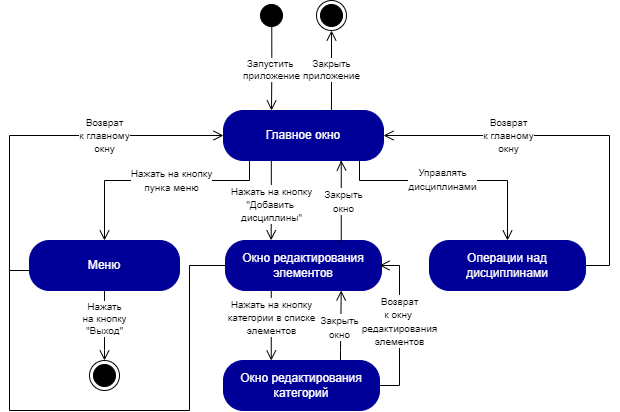
Earlier version of the draw.io export State_machine_packages.drawio.png (iCosmos76/Curriculum-Designer). Source tidied: cells renumbered, new cells last; positions are measured from the earlier drawing's top-left corner, leaving out a move shared by most shapes.
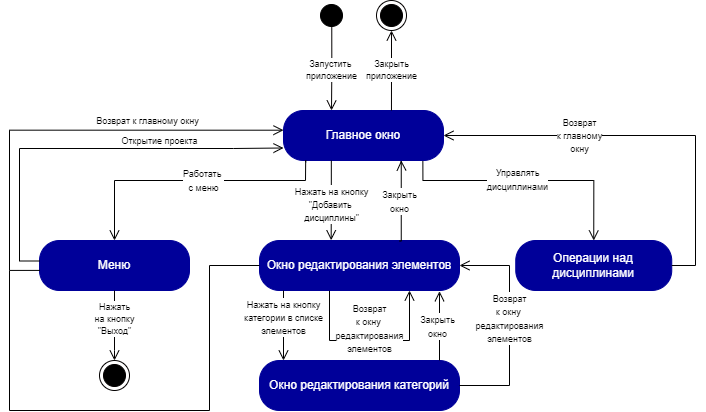
Later version of the same file.

Diff of the diagram source:
```diff
@@ -5,42 +5,41 @@
     <mxCell id="2" value="Главное окно" style="rounded=1;whiteSpace=wrap;html=1;arcSize=40;fontColor=#FFFFFF;fillColor=#000099;strokeColor=#000099;" parent="1" vertex="1">
       <mxGeometry x="214" y="110" width="160" height="50" as="geometry" />
     </mxCell>
-    <mxCell id="3" style="edgeStyle=orthogonalEdgeStyle;html=1;verticalAlign=bottom;endArrow=open;endSize=8;strokeColor=#000000;rounded=0;entryX=0.5;entryY=0;entryDx=0;entryDy=0;" parent="1" edge="1" target="5">
+    <mxCell id="3" style="edgeStyle=orthogonalEdgeStyle;html=1;verticalAlign=bottom;endArrow=open;endSize=8;strokeColor=#000000;rounded=0;entryX=0.5;entryY=0;entryDx=0;entryDy=0;exitX=0.139;exitY=1.034;exitDx=0;exitDy=0;exitPerimeter=0;" parent="1" edge="1" source="2" target="5">
       <mxGeometry relative="1" as="geometry">
-        <mxPoint x="240" y="160" as="sourcePoint" />
         <Array as="points">
-          <mxPoint x="240" y="160" />
-          <mxPoint x="240" y="180" />
-          <mxPoint x="95" y="180" />
+          <mxPoint x="236" y="160" />
+          <mxPoint x="236" y="180" />
+          <mxPoint x="45" y="180" />
         </Array>
       </mxGeometry>
     </mxCell>
-    <mxCell id="4" value="&lt;font style=&quot;font-size: 10px&quot;&gt;Нажать на кнопку&lt;br&gt;пунка меню&lt;/font&gt;" style="edgeLabel;html=1;align=center;verticalAlign=middle;" parent="3" vertex="1">
+    <mxCell id="4" value="&lt;span style=&quot;font-size: 9px&quot;&gt;Работать &lt;br&gt;с меню&lt;/span&gt;" style="edgeLabel;html=1;align=center;verticalAlign=middle;" parent="3" vertex="1">
       <mxGeometry x="0.08" y="-3" relative="1" as="geometry">
         <mxPoint x="23" y="3" as="offset" />
       </mxGeometry>
     </mxCell>
     <mxCell id="5" value="Меню" style="rounded=1;whiteSpace=wrap;html=1;arcSize=40;fontColor=#FFFFFF;fillColor=#000099;strokeColor=#000099;" parent="1" vertex="1">
-      <mxGeometry x="20" y="240" width="150" height="50" as="geometry" />
+      <mxGeometry x="-30" y="240" width="150" height="50" as="geometry" />
     </mxCell>
     <mxCell id="6" value="Окно редактирования элементов" style="rounded=1;whiteSpace=wrap;html=1;arcSize=40;fontColor=#FFFFFF;fillColor=#000099;strokeColor=#000099;" parent="1" vertex="1">
-      <mxGeometry x="216" y="240" width="156" height="50" as="geometry" />
+      <mxGeometry x="190" y="240" width="200" height="50" as="geometry" />
     </mxCell>
     <mxCell id="7" value="Окно редактирования категорий" style="rounded=1;whiteSpace=wrap;html=1;arcSize=40;fontColor=#FFFFFF;fillColor=#000099;strokeColor=#000099;" parent="1" vertex="1">
-      <mxGeometry x="214" y="360" width="156" height="50" as="geometry" />
+      <mxGeometry x="190" y="360" width="200" height="50" as="geometry" />
     </mxCell>
     <mxCell id="8" value="Операции над дисциплинами" style="rounded=1;whiteSpace=wrap;html=1;arcSize=40;fontColor=#FFFFFF;fillColor=#000099;strokeColor=#000099;" parent="1" vertex="1">
-      <mxGeometry x="420" y="240" width="156" height="50" as="geometry" />
+      <mxGeometry x="446.2" y="240" width="156" height="50" as="geometry" />
     </mxCell>
-    <mxCell id="9" style="edgeStyle=orthogonalEdgeStyle;html=1;verticalAlign=bottom;endArrow=open;endSize=8;strokeColor=#000000;rounded=0;entryX=0.5;entryY=0;entryDx=0;entryDy=0;" parent="1" edge="1" source="2" target="8">
+    <mxCell id="9" style="edgeStyle=orthogonalEdgeStyle;html=1;verticalAlign=bottom;endArrow=open;endSize=8;strokeColor=#000000;rounded=0;entryX=0.5;entryY=0;entryDx=0;entryDy=0;exitX=0.871;exitY=1.012;exitDx=0;exitDy=0;exitPerimeter=0;" parent="1" edge="1" source="2" target="8">
       <mxGeometry relative="1" as="geometry">
         <Array as="points">
-          <mxPoint x="350" y="180" />
-          <mxPoint x="498" y="180" />
+          <mxPoint x="353" y="180" />
+          <mxPoint x="524" y="180" />
         </Array>
       </mxGeometry>
     </mxCell>
-    <mxCell id="10" value="&lt;font style=&quot;font-size: 10px&quot;&gt;Управлять&lt;br&gt;дисциплинами&lt;/font&gt;" style="edgeLabel;html=1;align=center;verticalAlign=middle;" parent="9" vertex="1">
+    <mxCell id="10" value="&lt;font style=&quot;font-size: 9px&quot;&gt;Управлять&lt;br&gt;дисциплинами&lt;/font&gt;" style="edgeLabel;html=1;align=center;verticalAlign=middle;" parent="9" vertex="1">
       <mxGeometry x="0.05" y="1" relative="1" as="geometry">
         <mxPoint x="-17" as="offset" />
       </mxGeometry>
@@ -48,12 +47,12 @@
     <mxCell id="11" style="ellipse;html=1;shape=startState;fillColor=#000000;strokeColor=#000000;fontColor=#000099;" parent="1" vertex="1">
       <mxGeometry x="247" width="30" height="30" as="geometry" />
     </mxCell>
-    <mxCell id="12" value="&lt;font style=&quot;font-size: 10px&quot;&gt;Запустить &lt;br&gt;приложение&lt;/font&gt;" style="edgeStyle=orthogonalEdgeStyle;html=1;verticalAlign=bottom;endArrow=open;endSize=8;strokeColor=#030000;rounded=0;exitX=0.509;exitY=0.876;exitDx=0;exitDy=0;exitPerimeter=0;spacingBottom=-14;fontSize=10;" parent="1" edge="1" source="11">
+    <mxCell id="12" value="&lt;font style=&quot;font-size: 9px&quot;&gt;Запустить &lt;br&gt;приложение&lt;/font&gt;" style="edgeStyle=orthogonalEdgeStyle;html=1;verticalAlign=bottom;endArrow=open;endSize=8;strokeColor=#030000;rounded=0;exitX=0.509;exitY=0.876;exitDx=0;exitDy=0;exitPerimeter=0;spacingBottom=-14;fontSize=10;" parent="1" edge="1" source="11">
       <mxGeometry x="0.05" relative="1" as="geometry">
         <mxPoint x="262" y="110" as="targetPoint" />
       </mxGeometry>
     </mxCell>
-    <mxCell id="13" value="&lt;font style=&quot;font-size: 10px&quot;&gt;Закрыть&lt;br&gt;приложение&lt;/font&gt;" style="edgeStyle=orthogonalEdgeStyle;html=1;verticalAlign=bottom;endArrow=open;endSize=8;strokeColor=#030000;rounded=0;spacingBottom=-14;fontSize=10;entryX=0.5;entryY=1;entryDx=0;entryDy=0;exitX=0.781;exitY=0;exitDx=0;exitDy=0;exitPerimeter=0;" parent="1" edge="1" target="14">
+    <mxCell id="13" value="&lt;font style=&quot;font-size: 9px&quot;&gt;Закрыть&lt;br&gt;приложение&lt;/font&gt;" style="edgeStyle=orthogonalEdgeStyle;html=1;verticalAlign=bottom;endArrow=open;endSize=8;strokeColor=#030000;rounded=0;spacingBottom=-14;fontSize=10;entryX=0.5;entryY=1;entryDx=0;entryDy=0;exitX=0.781;exitY=0;exitDx=0;exitDy=0;exitPerimeter=0;" parent="1" edge="1" target="14">
       <mxGeometry relative="1" as="geometry">
         <mxPoint x="322" y="110" as="sourcePoint" />
         <Array as="points">
@@ -65,67 +64,66 @@
     <mxCell id="14" style="ellipse;html=1;shape=endState;fillColor=#000000;strokeColor=#030000;" parent="1" vertex="1">
       <mxGeometry x="307" width="30" height="30" as="geometry" />
     </mxCell>
-    <mxCell id="15" style="edgeStyle=orthogonalEdgeStyle;html=1;verticalAlign=bottom;endArrow=open;endSize=8;strokeColor=#000000;rounded=0;entryX=0;entryY=0.5;entryDx=0;entryDy=0;" parent="1" edge="1" target="2">
+    <mxCell id="15" style="edgeStyle=orthogonalEdgeStyle;html=1;verticalAlign=bottom;endArrow=open;endSize=8;strokeColor=#000000;rounded=0;entryX=0;entryY=0.394;entryDx=0;entryDy=0;entryPerimeter=0;exitX=0.003;exitY=0.598;exitDx=0;exitDy=0;exitPerimeter=0;" parent="1" edge="1" source="5" target="2">
       <mxGeometry relative="1" as="geometry">
-        <mxPoint x="20" y="270" as="sourcePoint" />
         <Array as="points">
-          <mxPoint y="270" />
-          <mxPoint y="135" />
+          <mxPoint x="-60" y="270" />
+          <mxPoint x="-60" y="130" />
         </Array>
       </mxGeometry>
     </mxCell>
-    <mxCell id="16" value="&lt;font style=&quot;font-size: 10px&quot;&gt;Возврат&lt;br&gt;к главному&lt;br&gt;окну&lt;/font&gt;" style="edgeLabel;html=1;align=center;verticalAlign=middle;" parent="15" vertex="1">
+    <mxCell id="16" value="&lt;font style=&quot;font-size: 9px&quot;&gt;Возврат к главному окну&lt;/font&gt;" style="edgeLabel;html=1;align=center;verticalAlign=middle;" parent="15" vertex="1">
       <mxGeometry x="0.08" y="-3" relative="1" as="geometry">
-        <mxPoint x="50" y="-3" as="offset" />
+        <mxPoint x="67" y="-13" as="offset" />
       </mxGeometry>
     </mxCell>
     <mxCell id="17" style="edgeStyle=orthogonalEdgeStyle;html=1;verticalAlign=bottom;endArrow=open;endSize=8;strokeColor=#000000;rounded=0;exitX=1;exitY=0.5;exitDx=0;exitDy=0;entryX=1;entryY=0.5;entryDx=0;entryDy=0;" parent="1" edge="1" source="8" target="2">
       <mxGeometry relative="1" as="geometry">
         <Array as="points">
-          <mxPoint x="600" y="265" />
-          <mxPoint x="600" y="135" />
+          <mxPoint x="626" y="265" />
+          <mxPoint x="626" y="135" />
         </Array>
       </mxGeometry>
     </mxCell>
-    <mxCell id="18" value="&lt;font style=&quot;font-size: 10px&quot;&gt;Возврат&lt;br&gt;к главному&lt;br&gt;окну&lt;/font&gt;" style="edgeLabel;html=1;align=center;verticalAlign=middle;" parent="17" vertex="1">
+    <mxCell id="18" value="&lt;font style=&quot;font-size: 9px&quot;&gt;Возврат&lt;br&gt;к главному&lt;br&gt;окну&lt;/font&gt;" style="edgeLabel;html=1;align=center;verticalAlign=middle;" parent="17" vertex="1">
       <mxGeometry x="0.08" y="-3" relative="1" as="geometry">
         <mxPoint x="-50" y="3" as="offset" />
       </mxGeometry>
     </mxCell>
     <mxCell id="19" style="edgeStyle=orthogonalEdgeStyle;html=1;verticalAlign=bottom;endArrow=open;endSize=8;strokeColor=#000000;rounded=0;exitX=1;exitY=0.5;exitDx=0;exitDy=0;" parent="1" edge="1" source="7">
       <mxGeometry relative="1" as="geometry">
-        <mxPoint x="370" y="265" as="targetPoint" />
+        <mxPoint x="390" y="265" as="targetPoint" />
         <Array as="points">
-          <mxPoint x="390" y="385" />
-          <mxPoint x="390" y="265" />
+          <mxPoint x="440" y="385" />
+          <mxPoint x="440" y="265" />
         </Array>
       </mxGeometry>
     </mxCell>
-    <mxCell id="20" value="&lt;font style=&quot;font-size: 10px&quot;&gt;Возврат&lt;br&gt;к окну &lt;br&gt;редактирования&lt;br&gt;элементов&lt;br&gt;&lt;/font&gt;" style="edgeLabel;html=1;align=center;verticalAlign=middle;" parent="19" vertex="1">
+    <mxCell id="20" value="&lt;font style=&quot;font-size: 9px&quot;&gt;Возврат&lt;br&gt;к окну &lt;br&gt;редактирования&lt;br&gt;элементов&lt;br&gt;&lt;/font&gt;" style="edgeLabel;html=1;align=center;verticalAlign=middle;" parent="19" vertex="1">
       <mxGeometry x="0.08" y="-3" relative="1" as="geometry">
         <mxPoint x="-3" y="2" as="offset" />
       </mxGeometry>
     </mxCell>
     <mxCell id="21" style="edgeStyle=orthogonalEdgeStyle;html=1;verticalAlign=bottom;endArrow=none;endSize=8;strokeColor=#000000;rounded=0;entryX=0;entryY=0.5;entryDx=0;entryDy=0;endFill=0;" parent="1" edge="1" target="6">
       <mxGeometry relative="1" as="geometry">
-        <mxPoint y="270" as="sourcePoint" />
+        <mxPoint x="-60" y="270" as="sourcePoint" />
         <Array as="points">
-          <mxPoint y="410" />
-          <mxPoint x="180" y="410" />
-          <mxPoint x="180" y="265" />
+          <mxPoint x="-60" y="410" />
+          <mxPoint x="140" y="410" />
+          <mxPoint x="140" y="265" />
         </Array>
       </mxGeometry>
     </mxCell>
-    <mxCell id="22" value="&lt;font style=&quot;font-size: 10px&quot;&gt;Нажать&lt;br&gt;на кнопку&lt;br&gt;&quot;Выход&quot;&lt;/font&gt;" style="edgeStyle=orthogonalEdgeStyle;html=1;verticalAlign=bottom;endArrow=open;endSize=8;strokeColor=#030000;rounded=0;spacingBottom=-14;fontSize=10;exitX=0.5;exitY=1;exitDx=0;exitDy=0;" parent="1" edge="1" source="5">
+    <mxCell id="22" value="&lt;font style=&quot;font-size: 9px&quot;&gt;Нажать&lt;br&gt;на кнопку&lt;br&gt;&quot;Выход&quot;&lt;/font&gt;" style="edgeStyle=orthogonalEdgeStyle;html=1;verticalAlign=bottom;endArrow=open;endSize=8;strokeColor=#030000;rounded=0;spacingBottom=-14;fontSize=10;exitX=0.5;exitY=1;exitDx=0;exitDy=0;" parent="1" edge="1" source="5">
       <mxGeometry relative="1" as="geometry">
-        <mxPoint x="95" y="360" as="targetPoint" />
+        <mxPoint x="45" y="360" as="targetPoint" />
         <Array as="points">
-          <mxPoint x="95" y="350" />
+          <mxPoint x="45" y="350" />
         </Array>
       </mxGeometry>
     </mxCell>
     <mxCell id="23" style="ellipse;html=1;shape=endState;fillColor=#000000;strokeColor=#030000;" parent="1" vertex="1">
-      <mxGeometry x="80" y="360" width="30" height="30" as="geometry" />
+      <mxGeometry x="30" y="360" width="30" height="30" as="geometry" />
     </mxCell>
     <mxCell id="24" style="edgeStyle=orthogonalEdgeStyle;html=1;verticalAlign=bottom;endArrow=open;endSize=8;strokeColor=#000000;rounded=0;exitX=0.271;exitY=0.011;exitDx=0;exitDy=0;exitPerimeter=0;" parent="1" edge="1">
       <mxGeometry relative="1" as="geometry">
@@ -137,9 +135,9 @@
         </Array>
       </mxGeometry>
     </mxCell>
-    <mxCell id="25" value="&lt;font style=&quot;font-size: 10px&quot;&gt;Закрыть&lt;br&gt;окно&lt;/font&gt;" style="edgeLabel;html=1;align=center;verticalAlign=middle;" parent="24" vertex="1">
+    <mxCell id="25" value="&lt;font style=&quot;font-size: 9px&quot;&gt;Закрыть&lt;br&gt;окно&lt;/font&gt;" style="edgeLabel;html=1;align=center;verticalAlign=middle;" parent="24" vertex="1">
       <mxGeometry x="0.17" relative="1" as="geometry">
-        <mxPoint x="2" y="7" as="offset" />
+        <mxPoint x="-2" y="7" as="offset" />
       </mxGeometry>
     </mxCell>
     <mxCell id="26" style="edgeStyle=orthogonalEdgeStyle;html=1;verticalAlign=bottom;endArrow=open;endSize=8;strokeColor=#000000;rounded=0;exitX=0.726;exitY=1.005;exitDx=0;exitDy=0;exitPerimeter=0;" parent="1" edge="1">
@@ -152,36 +150,57 @@
         </Array>
       </mxGeometry>
     </mxCell>
-    <mxCell id="27" value="&lt;font style=&quot;font-size: 10px&quot;&gt;Нажать на кнопку&lt;br&gt;&quot;Добавить &lt;br&gt;дисциплины&quot;&lt;/font&gt;" style="edgeLabel;html=1;align=center;verticalAlign=middle;" parent="26" vertex="1">
+    <mxCell id="27" value="&lt;font style=&quot;font-size: 9px&quot;&gt;Нажать на кнопку&lt;br&gt;&quot;Добавить &lt;br&gt;дисциплины&quot;&lt;/font&gt;" style="edgeLabel;html=1;align=center;verticalAlign=middle;" parent="26" vertex="1">
       <mxGeometry x="0.17" relative="1" as="geometry">
         <mxPoint y="-3" as="offset" />
       </mxGeometry>
     </mxCell>
     <mxCell id="28" style="edgeStyle=orthogonalEdgeStyle;html=1;verticalAlign=bottom;endArrow=open;endSize=8;strokeColor=#000000;rounded=0;entryX=0.5;entryY=0;entryDx=0;entryDy=0;" parent="1" edge="1">
       <mxGeometry relative="1" as="geometry">
-        <mxPoint x="261.8" y="290" as="sourcePoint" />
-        <mxPoint x="261.8" y="360" as="targetPoint" />
+        <mxPoint x="214" y="290" as="sourcePoint" />
+        <mxPoint x="214" y="360" as="targetPoint" />
         <Array as="points">
-          <mxPoint x="261.8" y="290" />
+          <mxPoint x="214" y="290" />
         </Array>
       </mxGeometry>
     </mxCell>
-    <mxCell id="29" value="&lt;font style=&quot;font-size: 10px&quot;&gt;Нажать на кнопку&lt;br&gt;категории в списке&lt;br&gt;элементов&lt;/font&gt;" style="edgeLabel;html=1;align=center;verticalAlign=middle;fontSize=11;" parent="28" vertex="1">
+    <mxCell id="29" value="&lt;font style=&quot;font-size: 9px&quot;&gt;Нажать на кнопку&lt;br&gt;категории в списке&lt;br&gt;элементов&lt;/font&gt;" style="edgeLabel;html=1;align=center;verticalAlign=middle;fontSize=11;" parent="28" vertex="1">
       <mxGeometry x="-0.24" relative="1" as="geometry" />
     </mxCell>
-    <mxCell id="30" style="edgeStyle=orthogonalEdgeStyle;html=1;verticalAlign=bottom;endArrow=open;endSize=8;strokeColor=#000000;rounded=0;exitX=0.75;exitY=0;exitDx=0;exitDy=0;" parent="1" edge="1" source="7">
-      <mxGeometry relative="1" as="geometry">
-        <mxPoint x="331.7" y="290" as="targetPoint" />
-        <Array as="points">
-          <mxPoint x="331" y="350" />
-          <mxPoint x="332" y="350" />
-        </Array>
-      </mxGeometry>
+    <mxCell id="30" style="edgeStyle=orthogonalEdgeStyle;html=1;verticalAlign=bottom;endArrow=open;endSize=8;strokeColor=#000000;rounded=0;entryX=0.9;entryY=1.015;entryDx=0;entryDy=0;entryPerimeter=0;exitX=0.9;exitY=-0.002;exitDx=0;exitDy=0;exitPerimeter=0;" parent="1" edge="1" source="7" target="6">
+      <mxGeometry relative="1" as="geometry" />
     </mxCell>
-    <mxCell id="31" value="&lt;font style=&quot;font-size: 10px&quot;&gt;Закрыть&lt;br&gt;окно&lt;/font&gt;" style="edgeLabel;html=1;align=center;verticalAlign=middle;" parent="30" vertex="1">
+    <mxCell id="31" value="&lt;font style=&quot;font-size: 9px&quot;&gt;Закрыть&lt;br&gt;окно&lt;/font&gt;" style="edgeLabel;html=1;align=center;verticalAlign=middle;" parent="30" vertex="1">
       <mxGeometry x="0.17" relative="1" as="geometry">
         <mxPoint x="-2" y="7" as="offset" />
       </mxGeometry>
     </mxCell>
+    <mxCell id="32" style="edgeStyle=orthogonalEdgeStyle;html=1;verticalAlign=bottom;endArrow=open;endSize=8;strokeColor=#000000;rounded=0;exitX=0.001;exitY=0.41;exitDx=0;exitDy=0;exitPerimeter=0;entryX=0;entryY=0.75;entryDx=0;entryDy=0;" parent="1" edge="1" source="5" target="2">
+      <mxGeometry relative="1" as="geometry">
+        <Array as="points">
+          <mxPoint x="-50" y="260" />
+          <mxPoint x="-50" y="148" />
+          <mxPoint x="164" y="148" />
+        </Array>
+      </mxGeometry>
+    </mxCell>
+    <mxCell id="33" value="&lt;font style=&quot;font-size: 9px&quot;&gt;Открытие проекта&lt;/font&gt;" style="edgeLabel;html=1;align=center;verticalAlign=middle;" parent="32" vertex="1">
+      <mxGeometry x="0.08" y="-3" relative="1" as="geometry">
+        <mxPoint x="57" y="-11" as="offset" />
+      </mxGeometry>
+    </mxCell>
+    <mxCell id="34" style="edgeStyle=orthogonalEdgeStyle;html=1;verticalAlign=bottom;endArrow=open;endSize=8;strokeColor=#000000;rounded=0;entryX=0.75;entryY=1;entryDx=0;entryDy=0;exitX=0.35;exitY=1.006;exitDx=0;exitDy=0;exitPerimeter=0;" parent="1" edge="1" source="6" target="6">
+      <mxGeometry relative="1" as="geometry">
+        <Array as="points">
+          <mxPoint x="260" y="340" />
+          <mxPoint x="340" y="340" />
+        </Array>
+      </mxGeometry>
+    </mxCell>
+    <mxCell id="35" value="&lt;font style=&quot;font-size: 9px&quot;&gt;Возврат&lt;br&gt;к окну &lt;br&gt;редактирования&lt;br&gt;элементов&lt;br&gt;&lt;/font&gt;" style="edgeLabel;html=1;align=center;verticalAlign=middle;" parent="34" vertex="1">
+      <mxGeometry x="0.08" y="-3" relative="1" as="geometry">
+        <mxPoint x="-8" y="-15" as="offset" />
+      </mxGeometry>
+    </mxCell>
   </root>
 </mxGraphModel>
```
